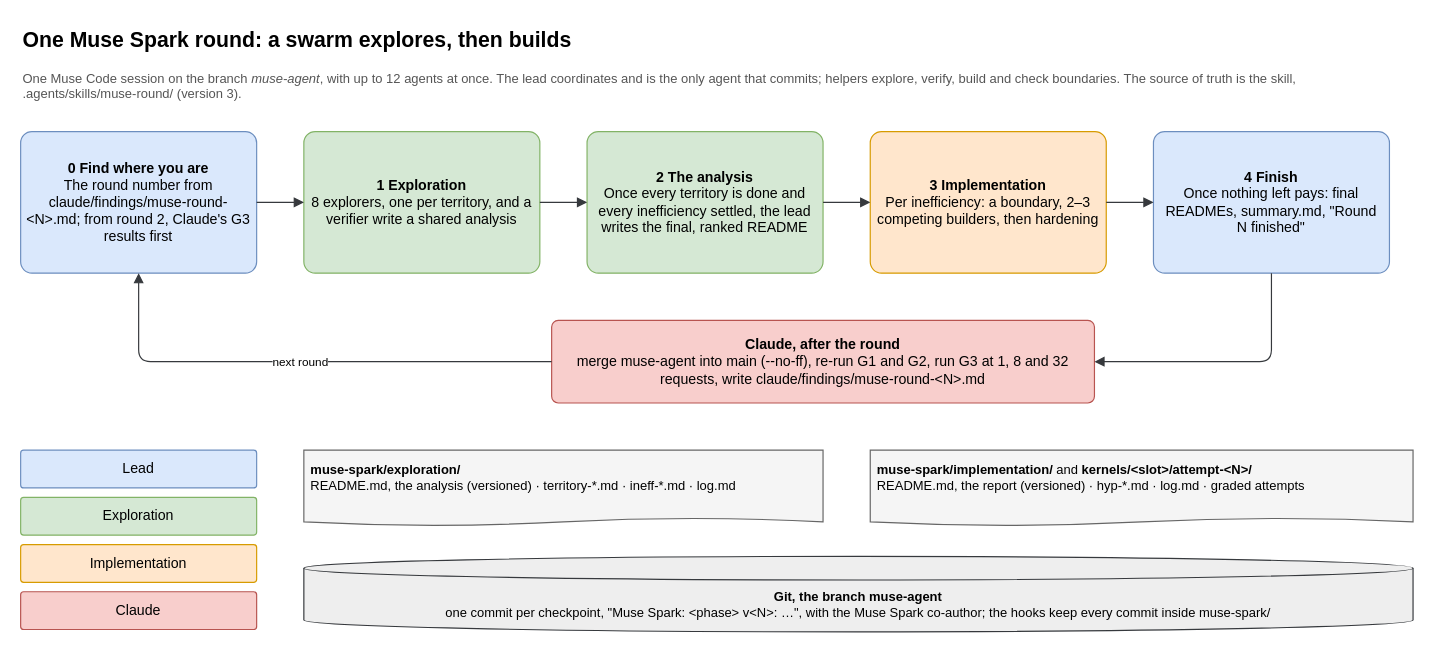
This is page "Overview" (1 of 3) of claude/diagrams/muse-swarm.drawio from surucuonur/WeSolve-MetaHackathon, a draw.io file, before an edit. Source tidied: cells renumbered, new cells numbered last; positions are measured from the earlier drawing's top-left corner, leaving out a move shared by most shapes. Both pictures are drawn from the tidied source at 118%, with x=0, y=0 at pixel (20, 20).
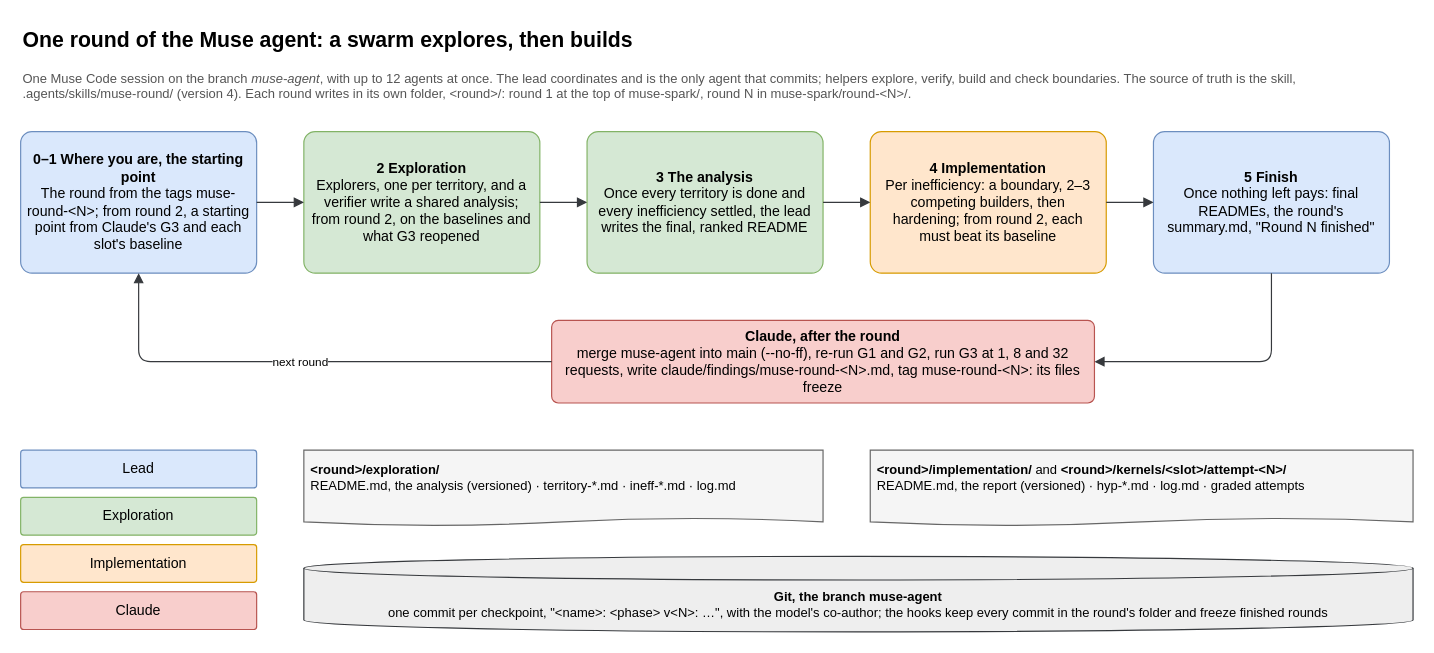
The same page after the edit.

Change to the diagram source:
```diff
@@
-    <mxCell id="2" value="One Muse Spark round: a swarm explores, then builds" style="text;html=1;fontSize=18;fontStyle=1;align=left;verticalAlign=middle;" parent="1" vertex="1">
+    <mxCell id="2" value="One round of the Muse agent: a swarm explores, then builds" style="text;html=1;fontSize=18;fontStyle=1;align=left;verticalAlign=middle;" parent="1" vertex="1">
       <mxGeometry width="900" height="34" as="geometry" />
     </mxCell>
-    <mxCell id="3" value="One Muse Code session on the branch &lt;i&gt;muse-agent&lt;/i&gt;, with up to 12 agents at once. The lead coordinates and is the only agent that commits; helpers explore, verify, build and check boundaries. The source of truth is the skill, .agents/skills/muse-round/ (version 3)." style="text;html=1;fontSize=11;align=left;verticalAlign=top;whiteSpace=wrap;fontColor=#555555;" parent="1" vertex="1">
+    <mxCell id="3" value="One Muse Code session on the branch &lt;i&gt;muse-agent&lt;/i&gt;, with up to 12 agents at once. The lead coordinates and is the only agent that commits; helpers explore, verify, build and check boundaries. The source of truth is the skill, .agents/skills/muse-round/ (version 4). Each round writes in its own folder, &amp;lt;round&amp;gt;/: round 1 at the top of muse-spark/, round N in muse-spark/round-&amp;lt;N&amp;gt;/." style="text;html=1;fontSize=11;align=left;verticalAlign=top;whiteSpace=wrap;fontColor=#555555;" parent="1" vertex="1">
       <mxGeometry y="36" width="1180" height="34" as="geometry" />
     </mxCell>
-    <mxCell id="4" value="&lt;b&gt;0  Find where you are&lt;/b&gt;&lt;br&gt;The round number from claude/findings/muse-round-&amp;lt;N&amp;gt;.md; from round 2, Claude's G3 results first" style="rounded=1;whiteSpace=wrap;html=1;arcSize=8;fontSize=12;spacing=6;fillColor=#dae8fc;strokeColor=#6c8ebf;" parent="1" vertex="1">
+    <mxCell id="4" value="&lt;b&gt;0&amp;ndash;1  Where you are, the starting point&lt;/b&gt;&lt;br&gt;The round from the tags muse-round-&amp;lt;N&amp;gt;; from round 2, a starting point from Claude's G3 and each slot's baseline" style="rounded=1;whiteSpace=wrap;html=1;arcSize=8;fontSize=12;spacing=6;fillColor=#dae8fc;strokeColor=#6c8ebf;" parent="1" vertex="1">
       <mxGeometry y="94" width="200" height="120" as="geometry" />
     </mxCell>
-    <mxCell id="5" value="&lt;b&gt;1  Exploration&lt;/b&gt;&lt;br&gt;8 explorers, one per territory, and a verifier write a shared analysis" style="rounded=1;whiteSpace=wrap;html=1;arcSize=8;fontSize=12;spacing=6;fillColor=#d5e8d4;strokeColor=#82b366;" parent="1" vertex="1">
+    <mxCell id="5" value="&lt;b&gt;2  Exploration&lt;/b&gt;&lt;br&gt;Explorers, one per territory, and a verifier write a shared analysis; from round 2, on the baselines and what G3 reopened" style="rounded=1;whiteSpace=wrap;html=1;arcSize=8;fontSize=12;spacing=6;fillColor=#d5e8d4;strokeColor=#82b366;" parent="1" vertex="1">
       <mxGeometry x="240" y="94" width="200" height="120" as="geometry" />
     </mxCell>
-    <mxCell id="6" value="&lt;b&gt;2  The analysis&lt;/b&gt;&lt;br&gt;Once every territory is done and every inefficiency settled, the lead writes the final, ranked README" style="rounded=1;whiteSpace=wrap;html=1;arcSize=8;fontSize=12;spacing=6;fillColor=#d5e8d4;strokeColor=#82b366;" parent="1" vertex="1">
+    <mxCell id="6" value="&lt;b&gt;3  The analysis&lt;/b&gt;&lt;br&gt;Once every territory is done and every inefficiency settled, the lead writes the final, ranked README" style="rounded=1;whiteSpace=wrap;html=1;arcSize=8;fontSize=12;spacing=6;fillColor=#d5e8d4;strokeColor=#82b366;" parent="1" vertex="1">
       <mxGeometry x="480" y="94" width="200" height="120" as="geometry" />
     </mxCell>
-    <mxCell id="7" value="&lt;b&gt;3  Implementation&lt;/b&gt;&lt;br&gt;Per inefficiency: a boundary, 2&amp;ndash;3 competing builders, then hardening" style="rounded=1;whiteSpace=wrap;html=1;arcSize=8;fontSize=12;spacing=6;fillColor=#ffe6cc;strokeColor=#d79b00;" parent="1" vertex="1">
+    <mxCell id="7" value="&lt;b&gt;4  Implementation&lt;/b&gt;&lt;br&gt;Per inefficiency: a boundary, 2&amp;ndash;3 competing builders, then hardening; from round 2, each must beat its baseline" style="rounded=1;whiteSpace=wrap;html=1;arcSize=8;fontSize=12;spacing=6;fillColor=#ffe6cc;strokeColor=#d79b00;" parent="1" vertex="1">
       <mxGeometry x="720" y="94" width="200" height="120" as="geometry" />
     </mxCell>
-    <mxCell id="8" value="&lt;b&gt;4  Finish&lt;/b&gt;&lt;br&gt;Once nothing left pays: final READMEs, summary.md, &amp;quot;Round N finished&amp;quot;" style="rounded=1;whiteSpace=wrap;html=1;arcSize=8;fontSize=12;spacing=6;fillColor=#dae8fc;strokeColor=#6c8ebf;" parent="1" vertex="1">
+    <mxCell id="8" value="&lt;b&gt;5  Finish&lt;/b&gt;&lt;br&gt;Once nothing left pays: final READMEs, the round's summary.md, &amp;quot;Round N finished&amp;quot;" style="rounded=1;whiteSpace=wrap;html=1;arcSize=8;fontSize=12;spacing=6;fillColor=#dae8fc;strokeColor=#6c8ebf;" parent="1" vertex="1">
       <mxGeometry x="960" y="94" width="200" height="120" as="geometry" />
     </mxCell>
@@
-    <mxCell id="13" value="&lt;b&gt;Claude, after the round&lt;/b&gt;&lt;br&gt;merge muse-agent into main (--no-ff), re-run G1 and G2, run G3 at 1, 8 and 32 requests, write claude/findings/muse-round-&amp;lt;N&amp;gt;.md" style="rounded=1;whiteSpace=wrap;html=1;arcSize=8;fontSize=12;spacing=6;fillColor=#f8cecc;strokeColor=#b85450;" parent="1" vertex="1">
+    <mxCell id="13" value="&lt;b&gt;Claude, after the round&lt;/b&gt;&lt;br&gt;merge muse-agent into main (--no-ff), re-run G1 and G2, run G3 at 1, 8 and 32 requests, write claude/findings/muse-round-&amp;lt;N&amp;gt;.md, tag muse-round-&amp;lt;N&amp;gt;: its files freeze" style="rounded=1;whiteSpace=wrap;html=1;arcSize=8;fontSize=12;spacing=6;fillColor=#f8cecc;strokeColor=#b85450;" parent="1" vertex="1">
       <mxGeometry x="450" y="254" width="460" height="70" as="geometry" />
     </mxCell>
@@
-    <mxCell id="16" value="&lt;b&gt;muse-spark/exploration/&lt;/b&gt;&lt;br&gt;README.md, the analysis (versioned) · territory-*.md · ineff-*.md · log.md" style="shape=document;whiteSpace=wrap;html=1;boundedLbl=1;size=0.1;fontSize=11;spacing=6;fillColor=#f5f5f5;strokeColor=#666666;align=left;verticalAlign=top;" parent="1" vertex="1">
+    <mxCell id="16" value="&lt;b&gt;&amp;lt;round&amp;gt;/exploration/&lt;/b&gt;&lt;br&gt;README.md, the analysis (versioned) · territory-*.md · ineff-*.md · log.md" style="shape=document;whiteSpace=wrap;html=1;boundedLbl=1;size=0.1;fontSize=11;spacing=6;fillColor=#f5f5f5;strokeColor=#666666;align=left;verticalAlign=top;" parent="1" vertex="1">
       <mxGeometry x="240" y="364" width="440" height="64" as="geometry" />
     </mxCell>
-    <mxCell id="17" value="&lt;b&gt;muse-spark/implementation/&lt;/b&gt; and &lt;b&gt;kernels/&amp;lt;slot&amp;gt;/attempt-&amp;lt;N&amp;gt;/&lt;/b&gt;&lt;br&gt;README.md, the report (versioned) · hyp-*.md · log.md · graded attempts" style="shape=document;whiteSpace=wrap;html=1;boundedLbl=1;size=0.1;fontSize=11;spacing=6;fillColor=#f5f5f5;strokeColor=#666666;align=left;verticalAlign=top;" parent="1" vertex="1">
+    <mxCell id="17" value="&lt;b&gt;&amp;lt;round&amp;gt;/implementation/&lt;/b&gt; and &lt;b&gt;&amp;lt;round&amp;gt;/kernels/&amp;lt;slot&amp;gt;/attempt-&amp;lt;N&amp;gt;/&lt;/b&gt;&lt;br&gt;README.md, the report (versioned) · hyp-*.md · log.md · graded attempts" style="shape=document;whiteSpace=wrap;html=1;boundedLbl=1;size=0.1;fontSize=11;spacing=6;fillColor=#f5f5f5;strokeColor=#666666;align=left;verticalAlign=top;" parent="1" vertex="1">
       <mxGeometry x="720" y="364" width="460" height="64" as="geometry" />
     </mxCell>
-    <mxCell id="18" value="&lt;b&gt;Git, the branch muse-agent&lt;/b&gt;&lt;br&gt;one commit per checkpoint, &amp;quot;Muse Spark: &amp;lt;phase&amp;gt; v&amp;lt;N&amp;gt;: …&amp;quot;, with the Muse Spark co-author; the hooks keep every commit inside muse-spark/" style="shape=cylinder3;whiteSpace=wrap;html=1;boundedLbl=1;size=10;fontSize=11;fillColor=#eeeeee;strokeColor=#36393d;" parent="1" vertex="1">
+    <mxCell id="18" value="&lt;b&gt;Git, the branch muse-agent&lt;/b&gt;&lt;br&gt;one commit per checkpoint, &amp;quot;&amp;lt;name&amp;gt;: &amp;lt;phase&amp;gt; v&amp;lt;N&amp;gt;: …&amp;quot;, with the model's co-author; the hooks keep every commit in the round's folder and freeze finished rounds" style="shape=cylinder3;whiteSpace=wrap;html=1;boundedLbl=1;size=10;fontSize=11;fillColor=#eeeeee;strokeColor=#36393d;" parent="1" vertex="1">
       <mxGeometry x="240" y="454" width="940" height="64" as="geometry" />
     </mxCell>
```
